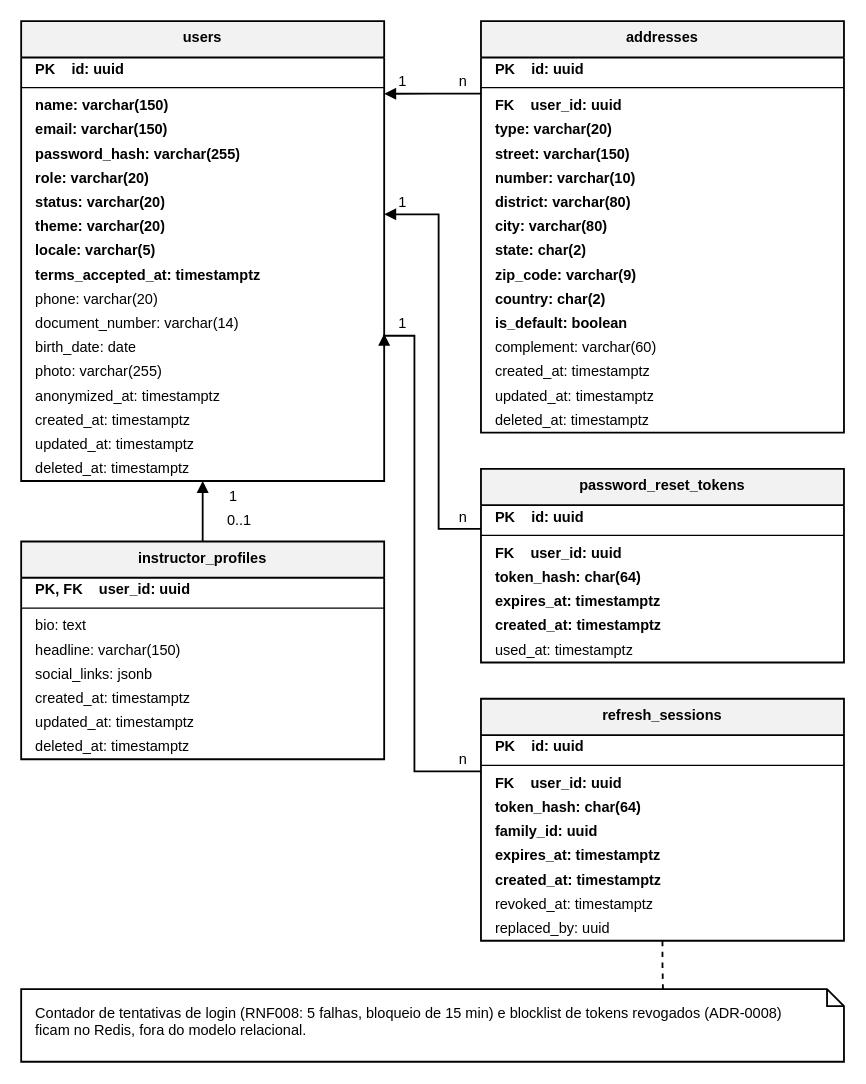
Plataforma-de-Cursos-TCC/plataforma-cursos-docs keeps this draw.io diagram as especificacao/diagramas/12-modelo-de-dados-area-a.drawio. Above is the earlier version. Source tidied: cells renumbered, new cells numbered last; positions are measured from the earlier drawing's top-left corner, leaving out a move shared by most shapes. Both pictures are drawn from the tidied source at 121%, with x=0, y=0 at pixel (21, 21).
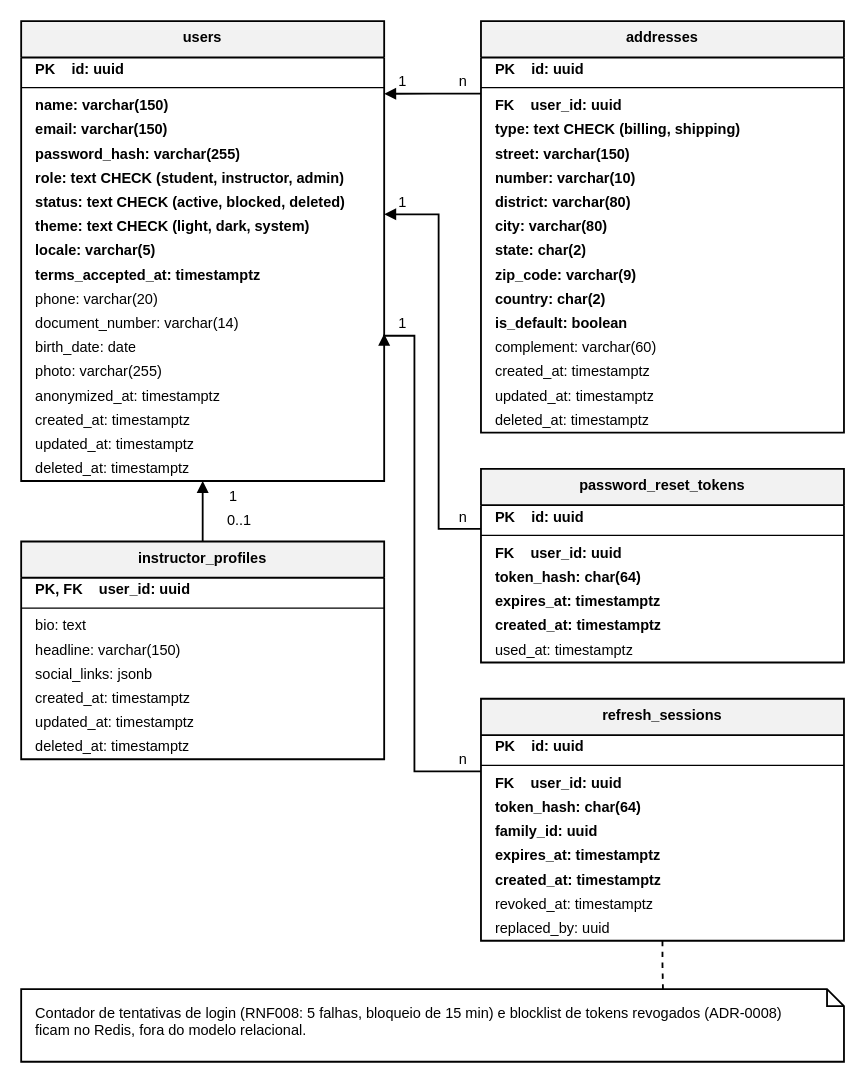
Above is the later version.

Commit message (it also covers changes not shown here):
fix(especificacao): use check constraints for enumerated columns in data model

Update users.role, users.status, users.theme, and addresses.type from
varchar(20) to text CHECK (...) in 12-modelo-de-dados-area-a.drawio and
re-export the PNG diagram, matching PostgreSQL 16 domain standards.

Unchanged cells that the change refers to:
```xml
<mxCell id="2" value="users" style="swimlane;fontStyle=1;align=center;verticalAlign=top;horizontal=1;startSize=30;whiteSpace=wrap;html=1;fillColor=#F2F2F2;strokeColor=#000000;strokeWidth=1.5;fontFamily=Helvetica;fontSize=12;" parent="1" vertex="1">
  <mxGeometry width="300" height="380" as="geometry" />
</mxCell>
<mxCell id="30" value="addresses" style="swimlane;fontStyle=1;align=center;verticalAlign=top;horizontal=1;startSize=30;whiteSpace=wrap;html=1;fillColor=#F2F2F2;strokeColor=#000000;strokeWidth=1.5;fontFamily=Helvetica;fontSize=12;" parent="1" vertex="1">
  <mxGeometry x="380" width="300" height="340" as="geometry" />
</mxCell>
```

Diff of the diagram source:
```diff
@@
-    <mxCell id="8" value="&lt;b&gt;role: varchar(20)&lt;/b&gt;" style="text;strokeColor=none;fillColor=none;align=left;verticalAlign=middle;spacingLeft=10;spacingRight=10;overflow=hidden;fontFamily=Helvetica;fontSize=12;html=1;" parent="2" vertex="1">
+    <mxCell id="8" value="&lt;b&gt;role: text CHECK (student, instructor, admin)&lt;/b&gt;" style="text;strokeColor=none;fillColor=none;align=left;verticalAlign=middle;spacingLeft=10;spacingRight=10;overflow=hidden;fontFamily=Helvetica;fontSize=12;html=1;" parent="2" vertex="1">
       <mxGeometry y="120" width="300" height="20" as="geometry" />
     </mxCell>
-    <mxCell id="9" value="&lt;b&gt;status: varchar(20)&lt;/b&gt;" style="text;strokeColor=none;fillColor=none;align=left;verticalAlign=middle;spacingLeft=10;spacingRight=10;overflow=hidden;fontFamily=Helvetica;fontSize=12;html=1;" parent="2" vertex="1">
+    <mxCell id="9" value="&lt;b&gt;status: text CHECK (active, blocked, deleted)&lt;/b&gt;" style="text;strokeColor=none;fillColor=none;align=left;verticalAlign=middle;spacingLeft=10;spacingRight=10;overflow=hidden;fontFamily=Helvetica;fontSize=12;html=1;" parent="2" vertex="1">
       <mxGeometry y="140" width="300" height="20" as="geometry" />
     </mxCell>
-    <mxCell id="10" value="&lt;b&gt;theme: varchar(20)&lt;/b&gt;" style="text;strokeColor=none;fillColor=none;align=left;verticalAlign=middle;spacingLeft=10;spacingRight=10;overflow=hidden;fontFamily=Helvetica;fontSize=12;html=1;" parent="2" vertex="1">
+    <mxCell id="10" value="&lt;b&gt;theme: text CHECK (light, dark, system)&lt;/b&gt;" style="text;strokeColor=none;fillColor=none;align=left;verticalAlign=middle;spacingLeft=10;spacingRight=10;overflow=hidden;fontFamily=Helvetica;fontSize=12;html=1;" parent="2" vertex="1">
       <mxGeometry y="160" width="300" height="20" as="geometry" />
     </mxCell>
@@
-    <mxCell id="34" value="&lt;b&gt;type: varchar(20)&lt;/b&gt;" style="text;strokeColor=none;fillColor=none;align=left;verticalAlign=middle;spacingLeft=10;spacingRight=10;overflow=hidden;fontFamily=Helvetica;fontSize=12;html=1;" parent="30" vertex="1">
+    <mxCell id="34" value="&lt;b&gt;type: text CHECK (billing, shipping)&lt;/b&gt;" style="text;strokeColor=none;fillColor=none;align=left;verticalAlign=middle;spacingLeft=10;spacingRight=10;overflow=hidden;fontFamily=Helvetica;fontSize=12;html=1;" parent="30" vertex="1">
       <mxGeometry y="80" width="300" height="20" as="geometry" />
     </mxCell>
```
